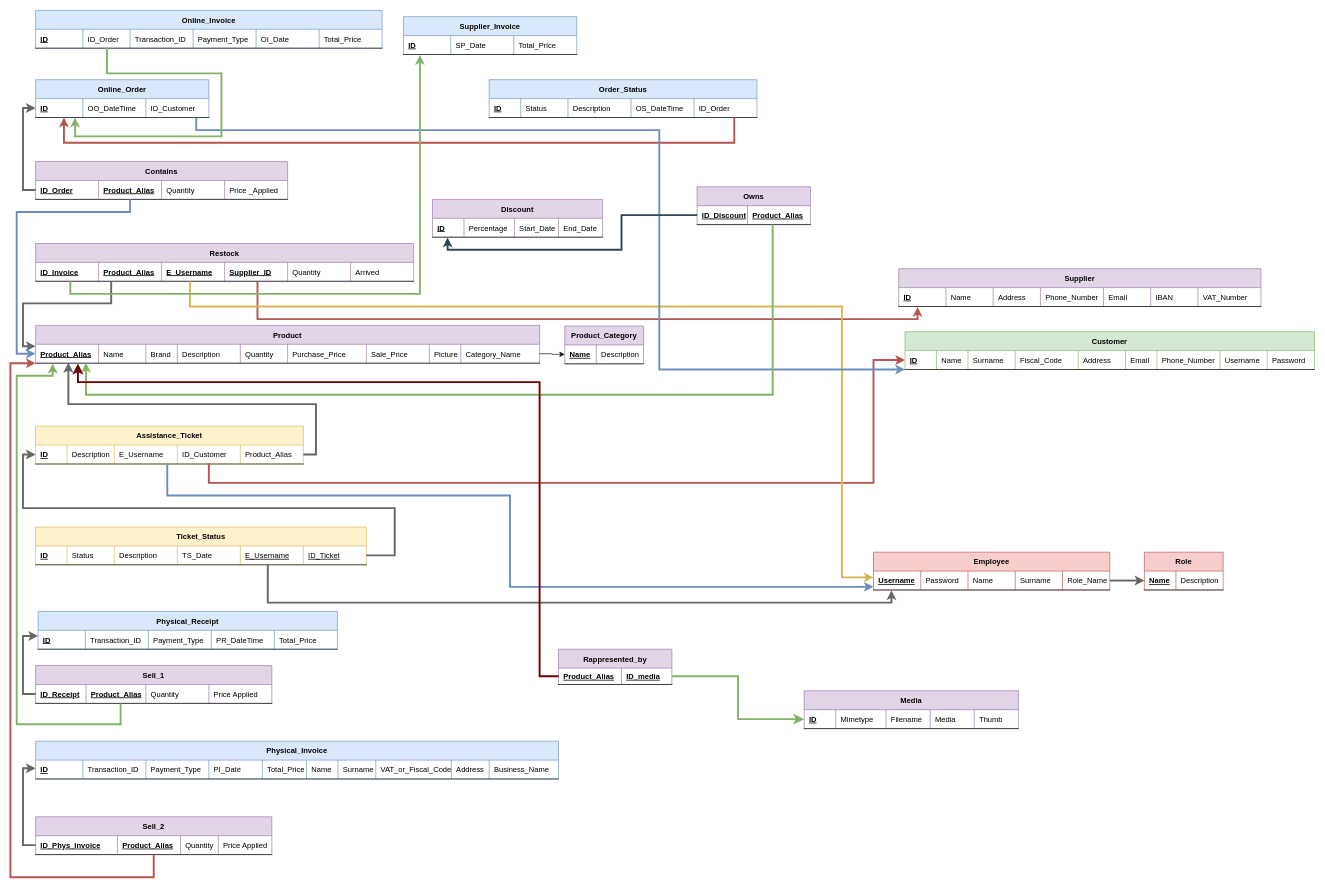
Before: Homework1/Schemas/LogicRS_original.drawio in simonebastasin/Web-Applications-Project, a draw.io diagram. Source tidied: cells renumbered, new cells numbered last; positions are measured from the earlier drawing's top-left corner, leaving out a move shared by most shapes. Both pictures are drawn from the tidied source at 63%, with x=0, y=0 at pixel (10, 10).
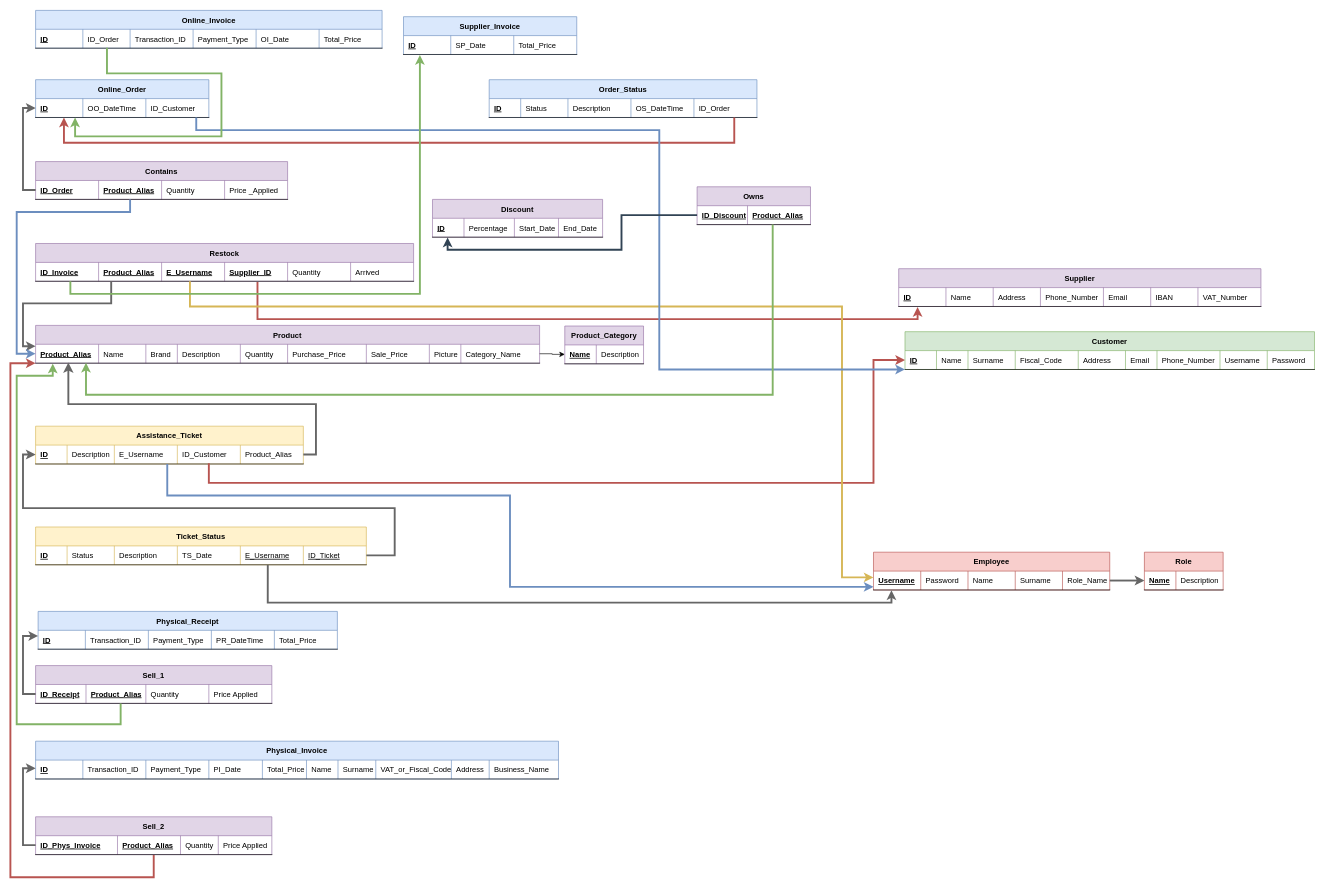
Above is the later version.

Commit message (it also covers changes not shown here):
Restore the original version of ER and logicRs to e-team version, added features in the ER and LogicRS modified

Unchanged cells that the change refers to:
```xml
<mxCell id="29" style="shape=partialRectangle;fillColor=none;top=0;left=0;bottom=1;right=0;points=[[0,0.5],[1,0.5]];portConstraint=eastwest;" parent="28" vertex="1">
  <mxGeometry y="30" width="800" height="30" as="geometry" />
</mxCell>
```

What changed in the source:
```diff
@@
-    <mxCell id="165" value="Rappresented_by" style="shape=table;startSize=30;childLayout=tableLayout;rowLines=0;fontStyle=1;align=center;fillColor=#e1d5e7;strokeColor=#9673a6;" parent="1" vertex="1">
-      <mxGeometry x="870" y="1014" width="180" height="56" as="geometry" />
-    </mxCell>
-    <mxCell id="166" style="shape=partialRectangle;fillColor=none;top=0;left=0;bottom=1;right=0;points=[[0,0.5],[1,0.5]];portConstraint=eastwest;" parent="165" vertex="1">
-      <mxGeometry y="30" width="180" height="26" as="geometry" />
-    </mxCell>
-    <mxCell id="167" value="Product_Alias" style="shape=partialRectangle;fillColor=none;top=0;left=0;bottom=0;right=0;align=left;spacingLeft=6;fontStyle=5;overflow=hidden;" parent="166" vertex="1">
-      <mxGeometry width="100" height="26" as="geometry" />
-    </mxCell>
-    <mxCell id="168" value="ID_media" style="shape=partialRectangle;fillColor=none;top=0;left=0;bottom=0;right=0;align=left;spacingLeft=6;fontStyle=5;overflow=hidden;" parent="166" vertex="1">
-      <mxGeometry x="100" width="80" height="26" as="geometry" />
-    </mxCell>
-    <mxCell id="169" value="Media" style="shape=table;startSize=30;childLayout=tableLayout;rowLines=0;fontStyle=1;align=center;fillColor=#e1d5e7;strokeColor=#9673a6;" parent="1" vertex="1">
-      <mxGeometry x="1260" y="1080" width="340" height="60" as="geometry" />
-    </mxCell>
-    <mxCell id="170" style="shape=partialRectangle;fillColor=none;top=0;left=0;bottom=1;right=0;points=[[0,0.5],[1,0.5]];portConstraint=eastwest;" parent="169" vertex="1">
-      <mxGeometry y="30" width="340" height="30" as="geometry" />
-    </mxCell>
-    <mxCell id="171" value="ID" style="shape=partialRectangle;fillColor=none;top=0;left=0;bottom=0;right=0;align=left;spacingLeft=6;fontStyle=5;overflow=hidden;" parent="170" vertex="1">
-      <mxGeometry width="50" height="30" as="geometry" />
-    </mxCell>
-    <mxCell id="172" value="Mimetype" style="shape=partialRectangle;fillColor=none;top=0;left=0;bottom=0;right=0;align=left;spacingLeft=6;fontStyle=0;overflow=hidden;" parent="170" vertex="1">
-      <mxGeometry x="50" width="80" height="30" as="geometry" />
-    </mxCell>
-    <mxCell id="173" value="Filename" style="shape=partialRectangle;fillColor=none;top=0;left=0;bottom=0;right=0;align=left;spacingLeft=6;fontStyle=0;overflow=hidden;" parent="170" vertex="1">
-      <mxGeometry x="130" width="70" height="30" as="geometry" />
-    </mxCell>
-    <mxCell id="174" value="Media" style="shape=partialRectangle;fillColor=none;top=0;left=0;bottom=0;right=0;align=left;spacingLeft=6;fontStyle=0;overflow=hidden;" parent="170" vertex="1">
-      <mxGeometry x="200" width="70" height="30" as="geometry" />
-    </mxCell>
-    <mxCell id="175" value="Thumb" style="shape=partialRectangle;fillColor=none;top=0;left=0;bottom=0;right=0;align=left;spacingLeft=6;fontStyle=0;overflow=hidden;" parent="170" vertex="1">
-      <mxGeometry x="270" width="70" height="30" as="geometry" />
-    </mxCell>
-    <mxCell id="176" style="edgeStyle=orthogonalEdgeStyle;rounded=0;jettySize=auto;html=1;exitX=0;exitY=0.5;exitDx=0;exitDy=0;entryX=0.084;entryY=1.02;entryDx=0;entryDy=0;entryPerimeter=0;strokeWidth=3;fillColor=#a20025;strokeColor=#6F0000;endSize=8;" parent="1" edge="1" source="166" target="29">
-      <mxGeometry relative="1" as="geometry">
-        <Array as="points">
-          <mxPoint x="840" y="1057" />
-          <mxPoint x="840" y="590" />
-          <mxPoint x="107" y="590" />
-        </Array>
-      </mxGeometry>
-    </mxCell>
-    <mxCell id="177" style="edgeStyle=orthogonalEdgeStyle;rounded=0;jettySize=auto;html=1;exitX=1;exitY=0.5;exitDx=0;exitDy=0;entryX=0;entryY=0.5;entryDx=0;entryDy=0;endSize=8;strokeWidth=3;strokeColor=#82b366;fillColor=#d5e8d4;" parent="1" edge="1" source="166" target="170">
-      <mxGeometry relative="1" as="geometry" />
-    </mxCell>
```
